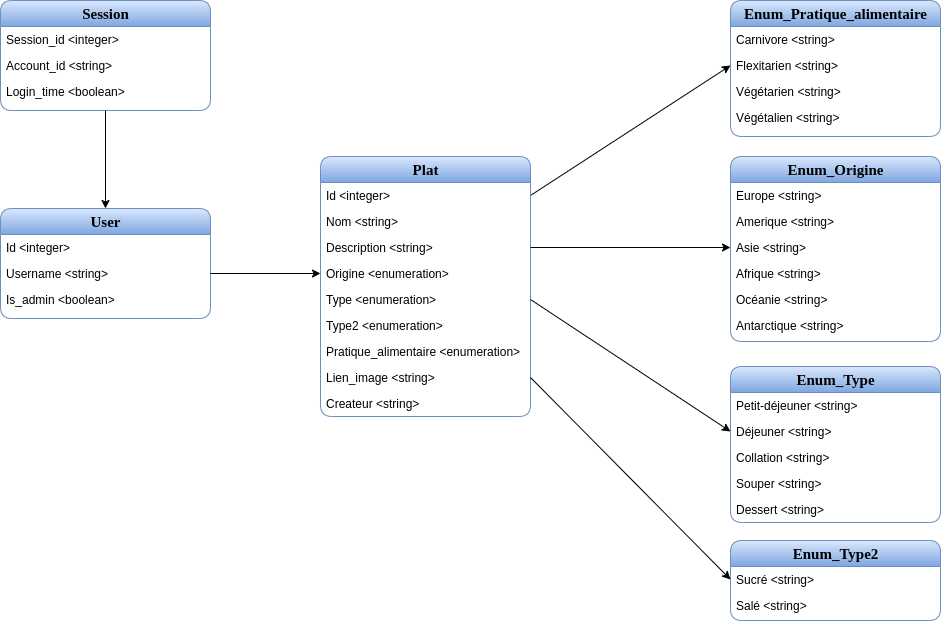
Above: Diag_BDD_Tricatel.png in Fromont-L/APIGRDFEnergieConseils (draw.io), before the change. Source tidied: cells renumbered, new cells last; positions are measured from the earlier drawing's top-left corner, leaving out a move shared by most shapes.
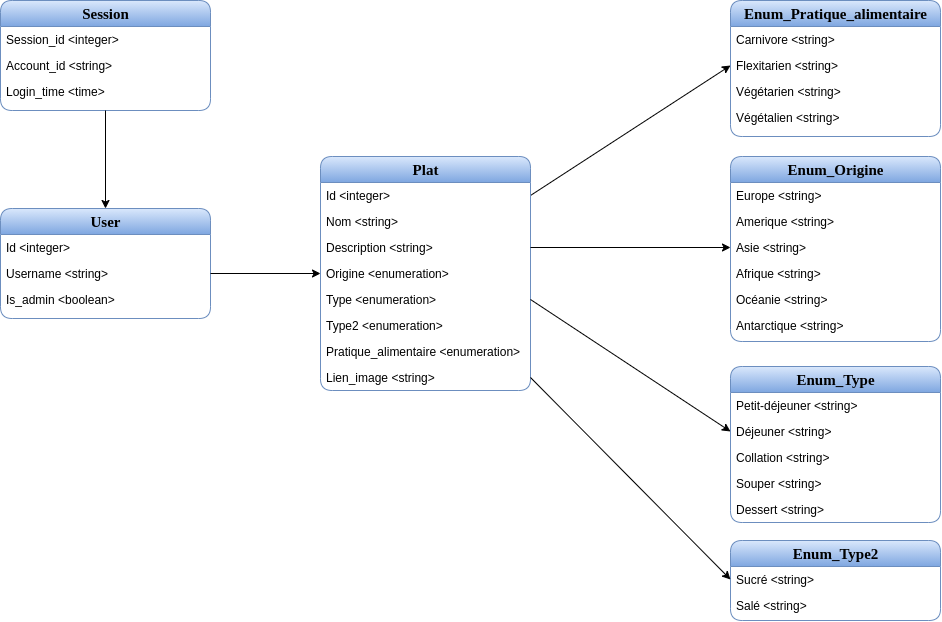
After the commit.

Diff of the diagram source:
```diff
@@ -6,7 +6,7 @@
       <mxGeometry relative="1" as="geometry" />
     </mxCell>
     <mxCell id="3" value="&lt;b&gt;&lt;font style=&quot;font-size: 15px&quot;&gt;Plat&lt;/font&gt;&lt;/b&gt;" style="swimlane;html=1;fontStyle=0;horizontal=1;startSize=26;fillColor=#dae8fc;swimlaneFillColor=#ffffff;align=center;rounded=1;shadow=0;comic=0;labelBackgroundColor=none;strokeWidth=1;fontFamily=Verdana;fontSize=12;strokeColor=#6c8ebf;gradientColor=#7ea6e0;" parent="1" vertex="1">
-      <mxGeometry x="320" y="156" width="210" height="260" as="geometry" />
+      <mxGeometry x="320" y="156" width="210" height="234" as="geometry" />
     </mxCell>
     <mxCell id="4" value="Id &amp;lt;integer&amp;gt;" style="text;html=1;spacingLeft=4;spacingRight=4;whiteSpace=wrap;overflow=hidden;points=[[0,0.5],[1,0.5]];portConstraint=eastwest;" parent="3" vertex="1">
       <mxGeometry y="26" width="210" height="26" as="geometry" />
@@ -32,9 +32,6 @@
     <mxCell id="11" value="Lien_image &amp;lt;string&amp;gt;" style="text;html=1;strokeColor=none;fillColor=none;spacingLeft=4;spacingRight=4;whiteSpace=wrap;overflow=hidden;points=[[0,0.5],[1,0.5]];portConstraint=eastwest;" parent="3" vertex="1">
       <mxGeometry y="208" width="210" height="26" as="geometry" />
     </mxCell>
-    <mxCell id="12" value="Createur &amp;lt;string&amp;gt;" style="text;html=1;strokeColor=none;fillColor=none;spacingLeft=4;spacingRight=4;whiteSpace=wrap;overflow=hidden;" parent="3" vertex="1">
-      <mxGeometry y="234" width="210" height="26" as="geometry" />
-    </mxCell>
     <mxCell id="13" value="&lt;b&gt;&lt;font style=&quot;font-size: 15px&quot;&gt;Enum_Pratique_alimentaire&lt;/font&gt;&lt;/b&gt;" style="swimlane;html=1;fontStyle=0;horizontal=1;startSize=26;fillColor=#dae8fc;swimlaneFillColor=#ffffff;align=center;rounded=1;shadow=0;comic=0;labelBackgroundColor=none;strokeWidth=1;fontFamily=Verdana;fontSize=12;strokeColor=#6c8ebf;gradientColor=#7ea6e0;" parent="1" vertex="1">
       <mxGeometry x="730" width="210" height="136" as="geometry" />
     </mxCell>
@@ -131,7 +128,7 @@
     <mxCell id="44" value="Account_id &amp;lt;string&amp;gt;" style="text;html=1;strokeColor=none;fillColor=none;spacingLeft=4;spacingRight=4;whiteSpace=wrap;overflow=hidden;" parent="42" vertex="1">
       <mxGeometry y="52" width="210" height="26" as="geometry" />
     </mxCell>
-    <mxCell id="45" value="Login_time &amp;lt;boolean&amp;gt;" style="text;html=1;strokeColor=none;fillColor=none;spacingLeft=4;spacingRight=4;whiteSpace=wrap;overflow=hidden;" parent="42" vertex="1">
+    <mxCell id="45" value="Login_time &amp;lt;time&amp;gt;" style="text;html=1;strokeColor=none;fillColor=none;spacingLeft=4;spacingRight=4;whiteSpace=wrap;overflow=hidden;" parent="42" vertex="1">
       <mxGeometry y="78" width="210" height="26" as="geometry" />
     </mxCell>
     <mxCell id="46" style="edgeStyle=orthogonalEdgeStyle;rounded=0;jettySize=auto;html=1;entryX=0.5;entryY=0;entryDx=0;entryDy=0;exitX=0.5;exitY=1;exitDx=0;exitDy=0;" parent="1" edge="1" source="42" target="37">
```
